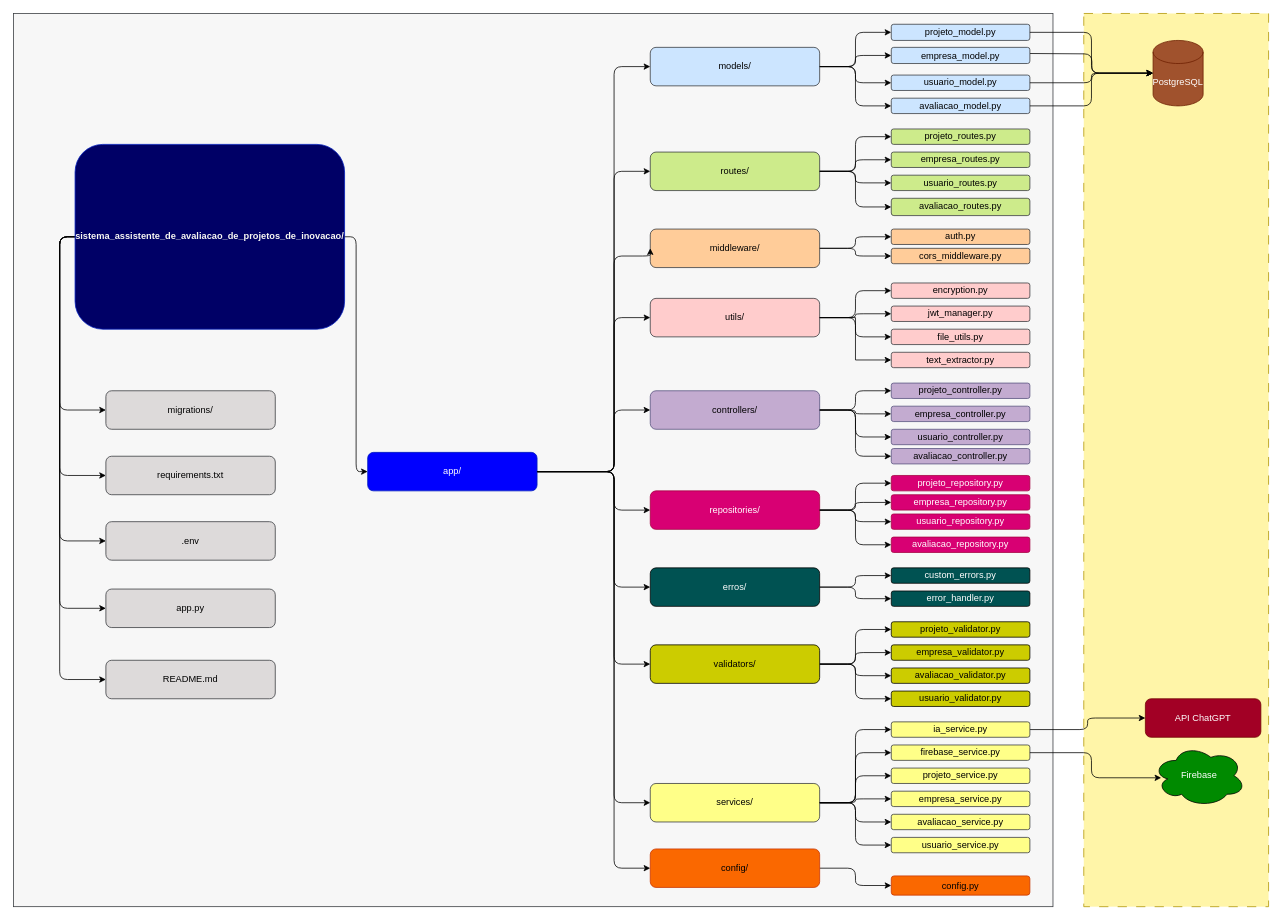
Above: doc/diagrama_arquitetura_software_ChatSoftex.drawio.xml in chat-softex/.github (draw.io), before the change. Source tidied: cells renumbered, new cells numbered last; positions are measured from the earlier drawing's top-left corner, leaving out a move shared by most shapes. Both pictures are drawn from the tidied source at 77%, with x=0, y=0 at pixel (13, 13).
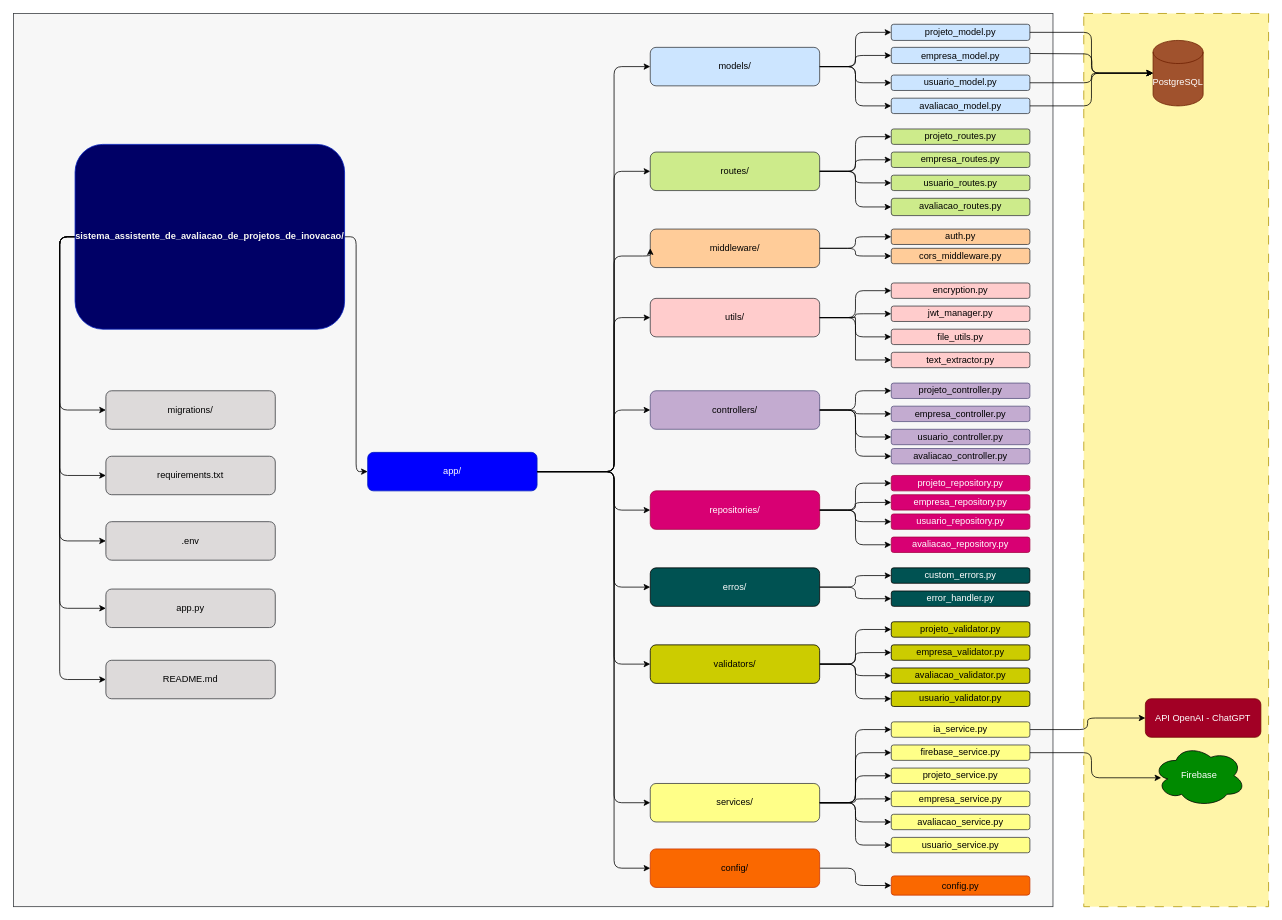
The same diagram, later.

Change to the diagram source:
```diff
@@
-    <mxCell id="88" value="API ChatGPT" style="rounded=1;whiteSpace=wrap;html=1;fillColor=#a20025;fontColor=#ffffff;strokeColor=#6F0000;" parent="1" vertex="1">
+    <mxCell id="88" value="API OpenAI - ChatGPT" style="rounded=1;whiteSpace=wrap;html=1;fillColor=#a20025;fontColor=#ffffff;strokeColor=#6F0000;" parent="1" vertex="1">
       <mxGeometry x="1470" y="890" width="150" height="50" as="geometry" />
     </mxCell>
```
